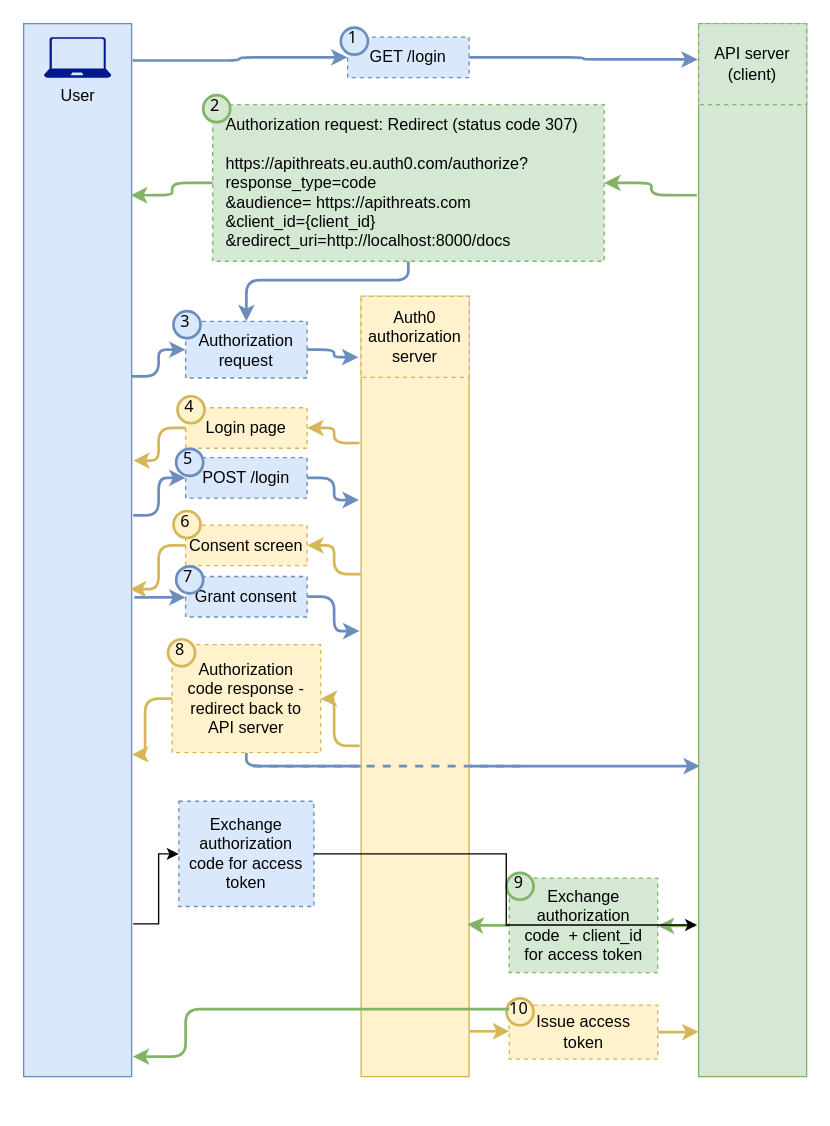
The draw.io diagram page "8.4" (4 of 7) of ch08.drawio in abunuwas/api-sec-book-imgs, before the edit. Source tidied: cells renumbered, new cells numbered last; positions are measured from the earlier drawing's top-left corner, leaving out a move shared by most shapes. Both pictures are drawn from the tidied source at 135%, with x=0, y=0 at pixel (23, 23).
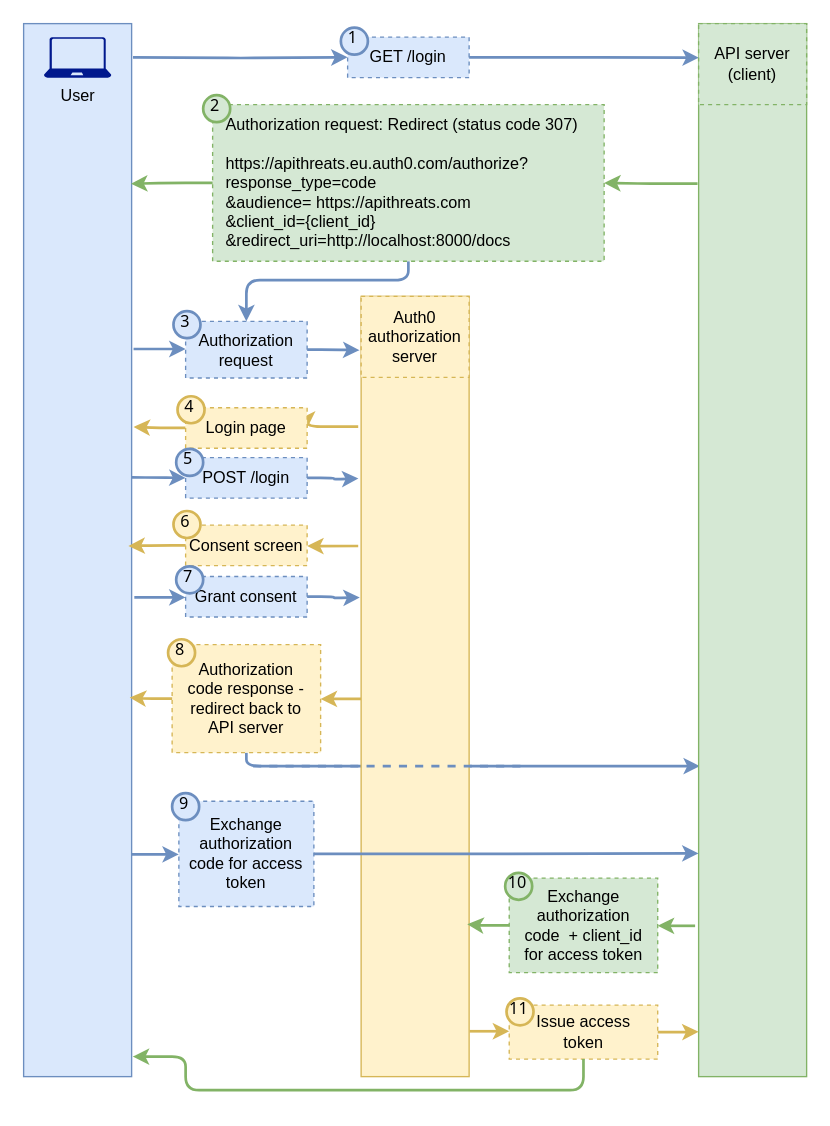
After the change.

The change refers to these unchanged cells:
```xml
<mxCell id="7" style="rounded=0;whiteSpace=wrap;html=1;fillColor=#fff2cc;strokeColor=#d6b656;" parent="1" vertex="1">
  <mxGeometry x="250" y="202" width="80" height="578" as="geometry" />
</mxCell>
<mxCell id="12" style="rounded=0;whiteSpace=wrap;html=1;fillColor=#dae8fc;strokeColor=#6c8ebf;" parent="1" vertex="1">
  <mxGeometry width="80" height="780" as="geometry" />
</mxCell>
<mxCell id="14" style="rounded=0;whiteSpace=wrap;html=1;fillColor=#d5e8d4;strokeColor=#82b366;" parent="1" vertex="1">
  <mxGeometry x="500" width="80" height="780" as="geometry" />
</mxCell>
<mxCell id="17" value="GET /login" style="text;html=1;align=center;verticalAlign=middle;whiteSpace=wrap;rounded=0;strokeColor=#6c8ebf;dashed=1;fillColor=#dae8fc;" parent="1" vertex="1">
  <mxGeometry x="240" y="10" width="90" height="30" as="geometry" />
</mxCell>
<mxCell id="19" value="Authorization request: Redirect (status code 307)&lt;div&gt;&lt;br&gt;&lt;/div&gt;&lt;div&gt;https://apithreats.eu.auth0.com/authorize?&lt;/div&gt;&lt;div&gt;response_type=code&lt;/div&gt;&lt;div&gt;&amp;amp;audience= https://apithreats.com&lt;/div&gt;&lt;div&gt;&amp;amp;client_id={client_id}&lt;/div&gt;&lt;div&gt;&amp;amp;redirect_uri=http://localhost:8000/docs&lt;/div&gt;" style="text;html=1;align=left;verticalAlign=middle;whiteSpace=wrap;rounded=0;strokeColor=#82b366;dashed=1;spacing=10;fillColor=#d5e8d4;" parent="1" vertex="1">
  <mxGeometry x="140" y="60" width="290" height="116" as="geometry" />
</mxCell>
<mxCell id="20" value="Authorization request" style="text;html=1;align=center;verticalAlign=middle;whiteSpace=wrap;rounded=0;strokeColor=#6c8ebf;dashed=1;fillColor=#dae8fc;" parent="1" vertex="1">
  <mxGeometry x="120" y="220.5" width="90" height="42" as="geometry" />
</mxCell>
<mxCell id="22" value="Login page" style="text;html=1;align=center;verticalAlign=middle;whiteSpace=wrap;rounded=0;strokeColor=#d6b656;dashed=1;fillColor=#fff2cc;" parent="1" vertex="1">
  <mxGeometry x="120" y="284.5" width="90" height="30" as="geometry" />
</mxCell>
<mxCell id="23" value="POST /login" style="text;html=1;align=center;verticalAlign=middle;whiteSpace=wrap;rounded=0;strokeColor=#6c8ebf;dashed=1;fillColor=#dae8fc;" parent="1" vertex="1">
  <mxGeometry x="120" y="321.5" width="90" height="30" as="geometry" />
</mxCell>
<mxCell id="24" value="Consent screen" style="text;html=1;align=center;verticalAlign=middle;whiteSpace=wrap;rounded=0;strokeColor=#d6b656;dashed=1;fillColor=#fff2cc;" parent="1" vertex="1">
  <mxGeometry x="120" y="371.5" width="90" height="30" as="geometry" />
</mxCell>
<mxCell id="25" value="Grant&amp;nbsp;&lt;span style=&quot;background-color: transparent; color: light-dark(rgb(0, 0, 0), rgb(255, 255, 255));&quot;&gt;consent&lt;/span&gt;" style="text;html=1;align=center;verticalAlign=middle;whiteSpace=wrap;rounded=0;strokeColor=#6c8ebf;dashed=1;fillColor=#dae8fc;" parent="1" vertex="1">
  <mxGeometry x="120" y="409.5" width="90" height="30" as="geometry" />
</mxCell>
<mxCell id="26" value="Authorization code response - redirect back to API server" style="text;html=1;align=center;verticalAlign=middle;whiteSpace=wrap;rounded=0;strokeColor=#d6b656;dashed=1;spacing=8;fillColor=#fff2cc;" parent="1" vertex="1">
  <mxGeometry x="110" y="460" width="110" height="80" as="geometry" />
</mxCell>
<mxCell id="44" value="Issue access token" style="text;html=1;align=center;verticalAlign=middle;whiteSpace=wrap;rounded=0;strokeColor=#d6b656;dashed=1;spacing=6;fillColor=#fff2cc;" parent="1" vertex="1">
  <mxGeometry x="359.7" y="727" width="110" height="40" as="geometry" />
</mxCell>
<mxCell id="50" value="Auth0 authorization server" style="text;html=1;align=center;verticalAlign=middle;whiteSpace=wrap;rounded=0;dashed=1;fillColor=#fff2cc;strokeColor=#d6b656;" parent="1" vertex="1">
  <mxGeometry x="250" y="202" width="80" height="60" as="geometry" />
</mxCell>
<mxCell id="51" value="API server (client)" style="text;html=1;align=center;verticalAlign=middle;whiteSpace=wrap;rounded=0;strokeColor=#82b366;dashed=1;fillColor=#d5e8d4;" parent="1" vertex="1">
  <mxGeometry x="500" width="80" height="60" as="geometry" />
</mxCell>
<mxCell id="53" value="Exchange authorization code for access token" style="text;html=1;align=center;verticalAlign=middle;whiteSpace=wrap;rounded=0;strokeColor=#6c8ebf;dashed=1;fillColor=#dae8fc;" parent="1" vertex="1">
  <mxGeometry x="115" y="576" width="100" height="78" as="geometry" />
</mxCell>
```

Diff of the diagram source:
```diff
@@
-    <mxCell id="3" style="edgeStyle=orthogonalEdgeStyle;rounded=1;jettySize=auto;html=1;entryX=1;entryY=0.5;entryDx=0;entryDy=0;exitX=-0.015;exitY=0.188;exitDx=0;exitDy=0;exitPerimeter=0;fillColor=#fff2cc;strokeColor=#d6b656;strokeWidth=2;curved=0;" parent="1" edge="1" source="7" target="22">
+    <mxCell id="3" style="edgeStyle=orthogonalEdgeStyle;rounded=1;jettySize=auto;html=1;entryX=1;entryY=0.5;entryDx=0;entryDy=0;exitX=-0.027;exitY=0.167;exitDx=0;exitDy=0;exitPerimeter=0;fillColor=#fff2cc;strokeColor=#d6b656;strokeWidth=2;curved=0;" parent="1" edge="1" source="7" target="22">
       <mxGeometry relative="1" as="geometry" />
     </mxCell>
-    <mxCell id="4" style="edgeStyle=orthogonalEdgeStyle;rounded=1;jettySize=auto;html=1;entryX=1;entryY=0.5;entryDx=0;entryDy=0;exitX=-0.004;exitY=0.356;exitDx=0;exitDy=0;exitPerimeter=0;fillColor=#fff2cc;strokeColor=#d6b656;strokeWidth=2;curved=0;" parent="1" edge="1" source="7" target="24">
+    <mxCell id="4" style="edgeStyle=orthogonalEdgeStyle;rounded=1;jettySize=auto;html=1;entryX=1;entryY=0.5;entryDx=0;entryDy=0;exitX=-0.027;exitY=0.32;exitDx=0;exitDy=0;exitPerimeter=0;fillColor=#fff2cc;strokeColor=#d6b656;strokeWidth=2;curved=0;" parent="1" edge="1" source="7" target="24">
       <mxGeometry relative="1" as="geometry" />
     </mxCell>
-    <mxCell id="5" style="edgeStyle=orthogonalEdgeStyle;rounded=1;jettySize=auto;html=1;entryX=1;entryY=0.5;entryDx=0;entryDy=0;exitX=-0.014;exitY=0.576;exitDx=0;exitDy=0;exitPerimeter=0;fillColor=#fff2cc;strokeColor=#d6b656;curved=0;strokeWidth=2;" parent="1" edge="1" source="7" target="26">
+    <mxCell id="5" style="edgeStyle=orthogonalEdgeStyle;rounded=1;jettySize=auto;html=1;entryX=1;entryY=0.5;entryDx=0;entryDy=0;exitX=0;exitY=0.516;exitDx=0;exitDy=0;exitPerimeter=0;fillColor=#fff2cc;strokeColor=#d6b656;curved=0;strokeWidth=2;" parent="1" edge="1" source="7" target="26">
       <mxGeometry relative="1" as="geometry" />
     </mxCell>
@@
-    <mxCell id="8" style="edgeStyle=orthogonalEdgeStyle;rounded=1;jettySize=auto;html=1;entryX=0;entryY=0.5;entryDx=0;entryDy=0;exitX=0.999;exitY=0.335;exitDx=0;exitDy=0;exitPerimeter=0;fillColor=#dae8fc;strokeColor=#6c8ebf;strokeWidth=2;curved=0;" parent="1" edge="1" source="12" target="20">
+    <mxCell id="8" style="edgeStyle=orthogonalEdgeStyle;rounded=1;jettySize=auto;html=1;entryX=0;entryY=0.5;entryDx=0;entryDy=0;fillColor=#dae8fc;strokeColor=#6c8ebf;strokeWidth=2;curved=0;exitX=1.018;exitY=0.309;exitDx=0;exitDy=0;exitPerimeter=0;" parent="1" edge="1" source="12" target="20">
       <mxGeometry relative="1" as="geometry" />
     </mxCell>
-    <mxCell id="9" style="edgeStyle=orthogonalEdgeStyle;rounded=1;jettySize=auto;html=1;exitX=1.015;exitY=0.467;exitDx=0;exitDy=0;exitPerimeter=0;fillColor=#dae8fc;strokeColor=#6c8ebf;strokeWidth=2;curved=0;" parent="1" edge="1" source="12" target="23">
+    <mxCell id="9" style="edgeStyle=orthogonalEdgeStyle;rounded=1;jettySize=auto;html=1;exitX=1;exitY=0.431;exitDx=0;exitDy=0;exitPerimeter=0;fillColor=#dae8fc;strokeColor=#6c8ebf;strokeWidth=2;curved=0;" parent="1" edge="1" source="12" target="23">
       <mxGeometry relative="1" as="geometry" />
     </mxCell>
@@
-    <mxCell id="11" style="edgeStyle=orthogonalEdgeStyle;rounded=0;jettySize=auto;html=1;entryX=0;entryY=0.5;entryDx=0;entryDy=0;exitX=1.014;exitY=0.855;exitDx=0;exitDy=0;exitPerimeter=0;" parent="1" edge="1" source="12" target="53">
+    <mxCell id="11" style="edgeStyle=orthogonalEdgeStyle;rounded=0;jettySize=auto;html=1;entryX=0;entryY=0.5;entryDx=0;entryDy=0;exitX=0.983;exitY=0.789;exitDx=0;exitDy=0;exitPerimeter=0;fillColor=#dae8fc;strokeColor=#6c8ebf;strokeWidth=2;" parent="1" edge="1" source="12" target="53">
       <mxGeometry relative="1" as="geometry" />
     </mxCell>
@@
-    <mxCell id="15" style="edgeStyle=orthogonalEdgeStyle;rounded=1;jettySize=auto;html=1;entryX=0;entryY=0.5;entryDx=0;entryDy=0;fillColor=#dae8fc;strokeColor=#6c8ebf;exitX=1.01;exitY=0.035;exitDx=0;exitDy=0;exitPerimeter=0;strokeWidth=2;curved=0;" parent="1" edge="1" source="12" target="17">
-      <mxGeometry relative="1" as="geometry" />
+    <mxCell id="15" style="edgeStyle=orthogonalEdgeStyle;rounded=1;jettySize=auto;html=1;entryX=0;entryY=0.5;entryDx=0;entryDy=0;fillColor=#dae8fc;strokeColor=#6c8ebf;strokeWidth=2;curved=0;" parent="1" edge="1" target="17">
+      <mxGeometry relative="1" as="geometry">
+        <mxPoint x="81" y="25" as="sourcePoint" />
+      </mxGeometry>
     </mxCell>
@@
-    <mxCell id="21" style="edgeStyle=orthogonalEdgeStyle;rounded=1;jettySize=auto;html=1;entryX=1.015;entryY=0.415;entryDx=0;entryDy=0;entryPerimeter=0;fillColor=#fff2cc;strokeColor=#d6b656;strokeWidth=2;curved=0;" parent="1" edge="1" source="22" target="12">
+    <mxCell id="21" style="edgeStyle=orthogonalEdgeStyle;rounded=1;jettySize=auto;html=1;entryX=1.018;entryY=0.383;entryDx=0;entryDy=0;entryPerimeter=0;fillColor=#fff2cc;strokeColor=#d6b656;strokeWidth=2;curved=0;" parent="1" edge="1" source="22" target="12">
       <mxGeometry relative="1" as="geometry" />
     </mxCell>
@@
-    <mxCell id="27" style="edgeStyle=orthogonalEdgeStyle;rounded=1;jettySize=auto;html=1;entryX=-0.007;entryY=0.034;entryDx=0;entryDy=0;entryPerimeter=0;fillColor=#dae8fc;strokeColor=#6c8ebf;strokeWidth=2;curved=0;" parent="1" edge="1" source="17" target="14">
+    <mxCell id="27" style="edgeStyle=orthogonalEdgeStyle;rounded=1;jettySize=auto;html=1;entryX=0.003;entryY=0.42;entryDx=0;entryDy=0;entryPerimeter=0;fillColor=#dae8fc;strokeColor=#6c8ebf;strokeWidth=2;curved=0;" parent="1" edge="1" source="17" target="51">
       <mxGeometry relative="1" as="geometry" />
     </mxCell>
-    <mxCell id="28" style="edgeStyle=orthogonalEdgeStyle;rounded=1;jettySize=auto;html=1;entryX=1;entryY=0.5;entryDx=0;entryDy=0;exitX=-0.017;exitY=0.163;exitDx=0;exitDy=0;exitPerimeter=0;fillColor=#d5e8d4;strokeColor=#82b366;strokeWidth=2;curved=0;" parent="1" edge="1" source="14" target="19">
+    <mxCell id="28" style="edgeStyle=orthogonalEdgeStyle;rounded=1;jettySize=auto;html=1;entryX=1;entryY=0.5;entryDx=0;entryDy=0;fillColor=#d5e8d4;strokeColor=#82b366;strokeWidth=2;curved=0;exitX=-0.01;exitY=0.152;exitDx=0;exitDy=0;exitPerimeter=0;" parent="1" edge="1" source="14" target="19">
       <mxGeometry relative="1" as="geometry" />
     </mxCell>
-    <mxCell id="29" style="edgeStyle=orthogonalEdgeStyle;rounded=1;jettySize=auto;html=1;entryX=0.993;entryY=0.163;entryDx=0;entryDy=0;entryPerimeter=0;fillColor=#d5e8d4;strokeColor=#82b366;strokeWidth=2;curved=0;" parent="1" edge="1" source="19" target="12">
+    <mxCell id="29" style="edgeStyle=orthogonalEdgeStyle;rounded=1;jettySize=auto;html=1;entryX=0.994;entryY=0.152;entryDx=0;entryDy=0;entryPerimeter=0;fillColor=#d5e8d4;strokeColor=#82b366;strokeWidth=2;curved=0;" parent="1" edge="1" source="19" target="12">
       <mxGeometry relative="1" as="geometry" />
     </mxCell>
-    <mxCell id="30" style="edgeStyle=orthogonalEdgeStyle;rounded=1;jettySize=auto;html=1;entryX=-0.025;entryY=0.078;entryDx=0;entryDy=0;entryPerimeter=0;fillColor=#dae8fc;strokeColor=#6c8ebf;strokeWidth=2;curved=0;" parent="1" edge="1" source="20" target="7">
+    <mxCell id="30" style="edgeStyle=orthogonalEdgeStyle;rounded=1;jettySize=auto;html=1;entryX=-0.015;entryY=0.665;entryDx=0;entryDy=0;entryPerimeter=0;fillColor=#dae8fc;strokeColor=#6c8ebf;strokeWidth=2;curved=0;" parent="1" edge="1" source="20" target="50">
       <mxGeometry relative="1" as="geometry" />
     </mxCell>
-    <mxCell id="31" style="edgeStyle=orthogonalEdgeStyle;rounded=1;jettySize=auto;html=1;entryX=-0.02;entryY=0.261;entryDx=0;entryDy=0;entryPerimeter=0;fillColor=#dae8fc;strokeColor=#6c8ebf;strokeWidth=2;curved=0;" parent="1" edge="1" source="23" target="7">
-      <mxGeometry relative="1" as="geometry" />
+    <mxCell id="31" style="edgeStyle=orthogonalEdgeStyle;rounded=1;jettySize=auto;html=1;fillColor=#dae8fc;strokeColor=#6c8ebf;strokeWidth=2;curved=0;" parent="1" edge="1" source="23">
+      <mxGeometry relative="1" as="geometry">
+        <mxPoint x="248" y="337" as="targetPoint" />
+      </mxGeometry>
     </mxCell>
-    <mxCell id="32" style="edgeStyle=orthogonalEdgeStyle;rounded=1;jettySize=auto;html=1;entryX=0.983;entryY=0.537;entryDx=0;entryDy=0;entryPerimeter=0;fillColor=#fff2cc;strokeColor=#d6b656;strokeWidth=2;curved=0;" parent="1" edge="1" source="24" target="12">
+    <mxCell id="32" style="edgeStyle=orthogonalEdgeStyle;rounded=1;jettySize=auto;html=1;entryX=0.97;entryY=0.496;entryDx=0;entryDy=0;entryPerimeter=0;fillColor=#fff2cc;strokeColor=#d6b656;strokeWidth=2;curved=0;" parent="1" edge="1" source="24" target="12">
       <mxGeometry relative="1" as="geometry" />
     </mxCell>
-    <mxCell id="33" style="edgeStyle=orthogonalEdgeStyle;rounded=1;jettySize=auto;html=1;entryX=-0.015;entryY=0.429;entryDx=0;entryDy=0;entryPerimeter=0;fillColor=#dae8fc;strokeColor=#6c8ebf;strokeWidth=2;curved=0;" parent="1" edge="1" source="25" target="7">
-      <mxGeometry relative="1" as="geometry" />
+    <mxCell id="33" style="edgeStyle=orthogonalEdgeStyle;rounded=1;jettySize=auto;html=1;fillColor=#dae8fc;strokeColor=#6c8ebf;strokeWidth=2;curved=0;" parent="1" edge="1" source="25">
+      <mxGeometry relative="1" as="geometry">
+        <mxPoint x="249" y="425" as="targetPoint" />
+      </mxGeometry>
     </mxCell>
-    <mxCell id="34" style="edgeStyle=orthogonalEdgeStyle;rounded=1;jettySize=auto;html=1;entryX=1.004;entryY=0.694;entryDx=0;entryDy=0;entryPerimeter=0;fillColor=#fff2cc;strokeColor=#d6b656;curved=0;strokeWidth=2;" parent="1" edge="1" source="26" target="12">
+    <mxCell id="34" style="edgeStyle=orthogonalEdgeStyle;rounded=1;jettySize=auto;html=1;entryX=0.982;entryY=0.64;entryDx=0;entryDy=0;entryPerimeter=0;fillColor=#fff2cc;strokeColor=#d6b656;curved=0;strokeWidth=2;" parent="1" edge="1" source="26" target="12">
       <mxGeometry relative="1" as="geometry" />
     </mxCell>
@@
-    <mxCell id="45" value="9" style="ellipse;whiteSpace=wrap;html=1;strokeWidth=2;fontFamily=Tahoma;spacingBottom=4;spacingRight=2;strokeColor=#82b366;fillColor=#d5e8d4;" parent="1" vertex="1">
-      <mxGeometry x="357.7" y="629" width="20" height="20" as="geometry" />
-    </mxCell>
-    <mxCell id="46" value="10" style="ellipse;whiteSpace=wrap;html=1;strokeWidth=2;fontFamily=Tahoma;spacingBottom=4;spacingRight=2;strokeColor=#d6b656;fillColor=#fff2cc;" parent="1" vertex="1">
+    <mxCell id="46" value="11" style="ellipse;whiteSpace=wrap;html=1;strokeWidth=2;fontFamily=Tahoma;spacingBottom=4;spacingRight=2;strokeColor=#d6b656;fillColor=#fff2cc;" parent="1" vertex="1">
       <mxGeometry x="357.7" y="722" width="20" height="20" as="geometry" />
     </mxCell>
@@
     <mxCell id="52" style="edgeStyle=orthogonalEdgeStyle;rounded=1;jettySize=auto;html=1;entryX=1.01;entryY=0.981;entryDx=0;entryDy=0;entryPerimeter=0;fillColor=#d5e8d4;strokeColor=#82b366;curved=0;strokeWidth=2;" parent="1" edge="1" source="44" target="12">
       <mxGeometry relative="1" as="geometry">
         <Array as="points">
-          <mxPoint x="415" y="730" />
-          <mxPoint x="120" y="730" />
-          <mxPoint x="120" y="706" />
+          <mxPoint x="415" y="790" />
+          <mxPoint x="120" y="790" />
+          <mxPoint x="120" y="765" />
         </Array>
       </mxGeometry>
     </mxCell>
@@
-    <mxCell id="54" style="edgeStyle=orthogonalEdgeStyle;rounded=0;jettySize=auto;html=1;entryX=-0.013;entryY=0.856;entryDx=0;entryDy=0;entryPerimeter=0;" parent="1" edge="1" source="53" target="14">
+    <mxCell id="54" style="edgeStyle=orthogonalEdgeStyle;rounded=0;jettySize=auto;html=1;entryX=0;entryY=0.788;entryDx=0;entryDy=0;entryPerimeter=0;fillColor=#dae8fc;strokeColor=#6c8ebf;strokeWidth=2;" parent="1" edge="1" source="53" target="14">
       <mxGeometry relative="1" as="geometry" />
     </mxCell>
+    <mxCell id="45" value="9" style="ellipse;whiteSpace=wrap;html=1;strokeWidth=2;fontFamily=Tahoma;spacingBottom=4;spacingRight=2;strokeColor=#6c8ebf;fillColor=#dae8fc;" parent="1" vertex="1">
+      <mxGeometry x="110" y="570" width="20" height="20" as="geometry" />
+    </mxCell>
+    <mxCell id="55" value="10" style="ellipse;whiteSpace=wrap;html=1;strokeWidth=2;fontFamily=Tahoma;spacingBottom=4;spacingRight=2;strokeColor=#82b366;fillColor=#d5e8d4;" parent="1" vertex="1">
+      <mxGeometry x="356.7" y="629" width="20" height="20" as="geometry" />
+    </mxCell>
```
